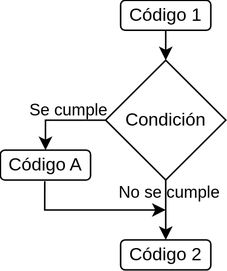
Before: img/introduccion_programacion/flujo_if.svg, a diagram exported from draw.io (yuki/my-books). Source tidied: cells renumbered, new cells last; positions are measured from the earlier drawing's top-left corner, leaving out a move shared by most shapes.
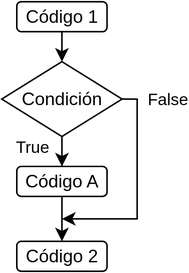
Later version of the same file.

Diff of the diagram source:
```diff
@@ -2,44 +2,44 @@
   <root>
     <mxCell id="0" />
     <mxCell id="1" parent="0" />
-    <mxCell id="2" style="edgeStyle=orthogonalEdgeStyle;rounded=0;jettySize=auto;html=1;entryX=0.5;entryY=0;entryDx=0;entryDy=0;labelBackgroundColor=none;fontColor=default;" parent="1" edge="1" source="4" target="6">
+    <mxCell id="2" style="edgeStyle=orthogonalEdgeStyle;rounded=0;jettySize=auto;html=1;entryX=0.5;entryY=0;entryDx=0;entryDy=0;labelBackgroundColor=none;fontColor=default;" parent="1" edge="1" source="11" target="5">
       <mxGeometry relative="1" as="geometry" />
     </mxCell>
-    <mxCell id="3" value="No se cumple" style="edgeLabel;html=1;align=center;verticalAlign=middle;points=[];labelBackgroundColor=none;" parent="2" vertex="1">
-      <mxGeometry x="-0.21" y="-2" relative="1" as="geometry">
-        <mxPoint x="4" y="-8" as="offset" />
-      </mxGeometry>
+    <mxCell id="3" value="Condición" style="rhombus;whiteSpace=wrap;html=1;labelBackgroundColor=none;fillColor=none;" parent="1" vertex="1">
+      <mxGeometry x="-10" y="30" width="80" height="50" as="geometry" />
     </mxCell>
-    <mxCell id="4" value="Condición" style="rhombus;whiteSpace=wrap;html=1;labelBackgroundColor=none;fillColor=none;" parent="1" vertex="1">
-      <mxGeometry x="70" y="40" width="80" height="80" as="geometry" />
+    <mxCell id="4" style="edgeStyle=orthogonalEdgeStyle;rounded=0;jettySize=auto;html=1;entryX=0.5;entryY=0;entryDx=0;entryDy=0;labelBackgroundColor=none;fontColor=default;" parent="1" edge="1" target="3">
+      <mxGeometry relative="1" as="geometry">
+        <mxPoint x="30" y="10" as="sourcePoint" />
+      </mxGeometry>
     </mxCell>
-    <mxCell id="5" style="edgeStyle=orthogonalEdgeStyle;rounded=0;jettySize=auto;html=1;entryX=0.5;entryY=0;entryDx=0;entryDy=0;labelBackgroundColor=none;fontColor=default;" parent="1" edge="1" target="4">
-      <mxGeometry relative="1" as="geometry">
-        <mxPoint x="110" y="20" as="sourcePoint" />
-      </mxGeometry>
+    <mxCell id="5" value="Código 2" style="rounded=1;whiteSpace=wrap;html=1;labelBackgroundColor=none;" parent="1" vertex="1">
+      <mxGeometry y="150" width="60" height="20" as="geometry" />
     </mxCell>
-    <mxCell id="6" value="Código 2" style="rounded=1;whiteSpace=wrap;html=1;labelBackgroundColor=none;" parent="1" vertex="1">
-      <mxGeometry x="80" y="160" width="60" height="20" as="geometry" />
+    <mxCell id="6" style="edgeStyle=orthogonalEdgeStyle;rounded=0;jettySize=auto;html=1;labelBackgroundColor=none;fontColor=default;exitX=1;exitY=0.5;exitDx=0;exitDy=0;" parent="1" edge="1" source="3">
+      <mxGeometry relative="1" as="geometry">
+        <mxPoint x="30" y="135" as="targetPoint" />
+        <Array as="points">
+          <mxPoint x="80" y="55" />
+          <mxPoint x="80" y="135" />
+        </Array>
+      </mxGeometry>
     </mxCell>
-    <mxCell id="7" style="edgeStyle=orthogonalEdgeStyle;rounded=0;jettySize=auto;html=1;exitX=0.492;exitY=1.037;exitDx=0;exitDy=0;labelBackgroundColor=none;fontColor=default;exitPerimeter=0;" parent="1" edge="1" source="11">
-      <mxGeometry relative="1" as="geometry">
-        <mxPoint x="110" y="140" as="targetPoint" />
-        <Array as="points">
-          <mxPoint x="30" y="140" />
-          <mxPoint x="110" y="140" />
-        </Array>
+    <mxCell id="7" value="False" style="edgeLabel;html=1;align=center;verticalAlign=middle;labelBackgroundColor=none;" parent="6" vertex="1">
+      <mxGeometry x="-0.16" y="-2" relative="1" as="geometry">
+        <mxPoint x="22" y="-49" as="offset" />
       </mxGeometry>
     </mxCell>
-    <mxCell id="8" style="edgeStyle=orthogonalEdgeStyle;rounded=0;jettySize=auto;html=1;entryX=0.5;entryY=0;entryDx=0;entryDy=0;labelBackgroundColor=none;fontColor=default;" parent="1" edge="1" source="4" target="11">
-      <mxGeometry relative="1" as="geometry" />
+    <mxCell id="8" value="Código 1" style="rounded=1;whiteSpace=wrap;html=1;labelBackgroundColor=none;" parent="1" vertex="1">
+      <mxGeometry y="-10" width="60" height="20" as="geometry" />
     </mxCell>
-    <mxCell id="9" value="Se cumple" style="edgeLabel;html=1;align=center;verticalAlign=middle;labelBackgroundColor=none;" parent="8" vertex="1">
-      <mxGeometry x="-0.16" y="-2" relative="1" as="geometry">
-        <mxPoint y="-5" as="offset" />
-      </mxGeometry>
+    <mxCell id="9" style="edgeStyle=orthogonalEdgeStyle;rounded=0;jettySize=auto;html=1;entryX=0.5;entryY=0;entryDx=0;entryDy=0;labelBackgroundColor=none;fontColor=default;" parent="1" edge="1" source="3" target="11">
+      <mxGeometry relative="1" as="geometry" />
     </mxCell>
-    <mxCell id="10" value="Código 1" style="rounded=1;whiteSpace=wrap;html=1;labelBackgroundColor=none;" parent="1" vertex="1">
-      <mxGeometry x="80" width="60" height="20" as="geometry" />
+    <mxCell id="10" value="True" style="edgeLabel;html=1;align=center;verticalAlign=middle;labelBackgroundColor=none;" parent="9" vertex="1">
+      <mxGeometry x="-0.21" y="-2" relative="1" as="geometry">
+        <mxPoint x="-22" y="-9" as="offset" />
+      </mxGeometry>
     </mxCell>
     <mxCell id="11" value="Código A" style="rounded=1;whiteSpace=wrap;html=1;labelBackgroundColor=none;" parent="1" vertex="1">
       <mxGeometry y="100" width="60" height="20" as="geometry" />
```
